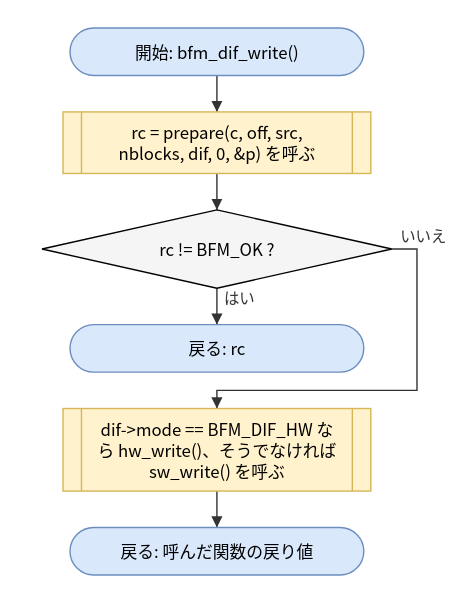
hf355051012-ai/bfmem keeps this draw.io diagram as doc/spec/images/flow_src_bfm_dif-bfm_dif_write.drawio.svg. Above is the earlier version. Source tidied: cells renumbered, new cells last; positions are measured from the earlier drawing's top-left corner, leaving out a move shared by most shapes. Source of this version:
```xml
<mxGraphModel>
  <root>
    <mxCell id="0" />
    <mxCell id="1" parent="0" />
    <mxCell id="2" value="開始: bfm_dif_write()" style="rounded=1;arcSize=50;whiteSpace=wrap;html=1;fillColor=#dae8fc;strokeColor=#6c8ebf;" parent="1" vertex="1">
      <mxGeometry x="20" width="210" height="34" as="geometry" />
    </mxCell>
    <mxCell id="3" value="rc = prepare(c, off, src,&lt;br&gt;nblocks, dif, 0, &amp;amp;p) を呼ぶ" style="shape=process;whiteSpace=wrap;html=1;backgroundOutline=1;size=0.06;fillColor=#fff2cc;strokeColor=#d6b656;" parent="1" vertex="1">
      <mxGeometry x="15" y="60" width="220" height="44" as="geometry" />
    </mxCell>
    <mxCell id="4" value="rc != BFM_OK ?" style="rhombus;whiteSpace=wrap;html=1;fillColor=#f5f5f5;" parent="1" vertex="1">
      <mxGeometry y="130" width="250" height="56" as="geometry" />
    </mxCell>
    <mxCell id="5" value="戻る: rc" style="rounded=1;arcSize=50;whiteSpace=wrap;html=1;fillColor=#dae8fc;strokeColor=#6c8ebf;" parent="1" vertex="1">
      <mxGeometry x="20" y="212" width="210" height="34" as="geometry" />
    </mxCell>
    <mxCell id="6" value="dif-&amp;gt;mode == BFM_DIF_HW な&lt;br&gt;ら hw_write()、そうでなければ&lt;br&gt;sw_write() を呼ぶ" style="shape=process;whiteSpace=wrap;html=1;backgroundOutline=1;size=0.06;fillColor=#fff2cc;strokeColor=#d6b656;" parent="1" vertex="1">
      <mxGeometry x="15" y="272" width="220" height="59" as="geometry" />
    </mxCell>
    <mxCell id="7" value="戻る: 呼んだ関数の戻り値" style="rounded=1;arcSize=50;whiteSpace=wrap;html=1;fillColor=#dae8fc;strokeColor=#6c8ebf;" parent="1" vertex="1">
      <mxGeometry x="20" y="357" width="210" height="34" as="geometry" />
    </mxCell>
    <mxCell id="8" style="edgeStyle=none;html=1;rounded=0;endArrow=block;endFill=1;exitX=0.5000;exitY=1.0000;exitDx=0;exitDy=0;exitPerimeter=0;entryX=0.5000;entryY=0.0000;entryDx=0;entryDy=0;entryPerimeter=0;" parent="1" edge="1" source="2" target="3">
      <mxGeometry relative="1" as="geometry" />
    </mxCell>
    <mxCell id="9" style="edgeStyle=none;html=1;rounded=0;endArrow=block;endFill=1;exitX=0.5000;exitY=1.0000;exitDx=0;exitDy=0;exitPerimeter=0;entryX=0.5000;entryY=0.0000;entryDx=0;entryDy=0;entryPerimeter=0;" parent="1" edge="1" source="3" target="4">
      <mxGeometry relative="1" as="geometry" />
    </mxCell>
    <mxCell id="10" value="はい" style="edgeStyle=none;html=1;rounded=0;endArrow=block;endFill=1;exitX=0.5000;exitY=1.0000;exitDx=0;exitDy=0;exitPerimeter=0;entryX=0.5000;entryY=0.0000;entryDx=0;entryDy=0;entryPerimeter=0;" parent="1" edge="1" source="4" target="5">
      <mxGeometry relative="1" as="geometry" />
    </mxCell>
    <mxCell id="11" value="いいえ" style="edgeStyle=none;html=1;rounded=0;endArrow=block;endFill=1;exitX=1.0000;exitY=0.5000;exitDx=0;exitDy=0;exitPerimeter=0;entryX=0.5000;entryY=0.0000;entryDx=0;entryDy=0;entryPerimeter=0;" parent="1" edge="1" source="4" target="6">
      <mxGeometry relative="1" as="geometry">
        <Array as="points">
          <mxPoint x="268" y="158" />
          <mxPoint x="268" y="259" />
          <mxPoint x="125" y="259" />
        </Array>
      </mxGeometry>
    </mxCell>
    <mxCell id="12" style="edgeStyle=none;html=1;rounded=0;endArrow=block;endFill=1;exitX=0.5000;exitY=1.0000;exitDx=0;exitDy=0;exitPerimeter=0;entryX=0.5000;entryY=0.0000;entryDx=0;entryDy=0;entryPerimeter=0;" parent="1" edge="1" source="6" target="7">
      <mxGeometry relative="1" as="geometry" />
    </mxCell>
  </root>
</mxGraphModel>
```
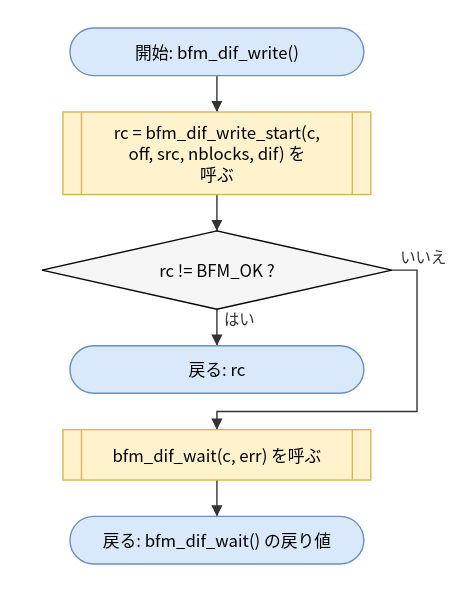
The same file after the commit.

The edit, as a diff of the source:
```diff
@@ -5,20 +5,20 @@
     <mxCell id="2" value="開始: bfm_dif_write()" style="rounded=1;arcSize=50;whiteSpace=wrap;html=1;fillColor=#dae8fc;strokeColor=#6c8ebf;" parent="1" vertex="1">
       <mxGeometry x="20" width="210" height="34" as="geometry" />
     </mxCell>
-    <mxCell id="3" value="rc = prepare(c, off, src,&lt;br&gt;nblocks, dif, 0, &amp;amp;p) を呼ぶ" style="shape=process;whiteSpace=wrap;html=1;backgroundOutline=1;size=0.06;fillColor=#fff2cc;strokeColor=#d6b656;" parent="1" vertex="1">
-      <mxGeometry x="15" y="60" width="220" height="44" as="geometry" />
+    <mxCell id="3" value="rc = bfm_dif_write_start(c,&lt;br&gt;off, src, nblocks, dif) を&lt;br&gt;呼ぶ" style="shape=process;whiteSpace=wrap;html=1;backgroundOutline=1;size=0.06;fillColor=#fff2cc;strokeColor=#d6b656;" parent="1" vertex="1">
+      <mxGeometry x="15" y="60" width="220" height="59" as="geometry" />
     </mxCell>
     <mxCell id="4" value="rc != BFM_OK ?" style="rhombus;whiteSpace=wrap;html=1;fillColor=#f5f5f5;" parent="1" vertex="1">
-      <mxGeometry y="130" width="250" height="56" as="geometry" />
+      <mxGeometry y="145" width="250" height="56" as="geometry" />
     </mxCell>
     <mxCell id="5" value="戻る: rc" style="rounded=1;arcSize=50;whiteSpace=wrap;html=1;fillColor=#dae8fc;strokeColor=#6c8ebf;" parent="1" vertex="1">
-      <mxGeometry x="20" y="212" width="210" height="34" as="geometry" />
+      <mxGeometry x="20" y="227" width="210" height="34" as="geometry" />
     </mxCell>
-    <mxCell id="6" value="dif-&amp;gt;mode == BFM_DIF_HW な&lt;br&gt;ら hw_write()、そうでなければ&lt;br&gt;sw_write() を呼ぶ" style="shape=process;whiteSpace=wrap;html=1;backgroundOutline=1;size=0.06;fillColor=#fff2cc;strokeColor=#d6b656;" parent="1" vertex="1">
-      <mxGeometry x="15" y="272" width="220" height="59" as="geometry" />
+    <mxCell id="6" value="bfm_dif_wait(c, err) を呼ぶ" style="shape=process;whiteSpace=wrap;html=1;backgroundOutline=1;size=0.06;fillColor=#fff2cc;strokeColor=#d6b656;" parent="1" vertex="1">
+      <mxGeometry x="15" y="287" width="220" height="36" as="geometry" />
     </mxCell>
-    <mxCell id="7" value="戻る: 呼んだ関数の戻り値" style="rounded=1;arcSize=50;whiteSpace=wrap;html=1;fillColor=#dae8fc;strokeColor=#6c8ebf;" parent="1" vertex="1">
-      <mxGeometry x="20" y="357" width="210" height="34" as="geometry" />
+    <mxCell id="7" value="戻る: bfm_dif_wait() の戻り値" style="rounded=1;arcSize=50;whiteSpace=wrap;html=1;fillColor=#dae8fc;strokeColor=#6c8ebf;" parent="1" vertex="1">
+      <mxGeometry x="20" y="349" width="210" height="34" as="geometry" />
     </mxCell>
     <mxCell id="8" style="edgeStyle=none;html=1;rounded=0;endArrow=block;endFill=1;exitX=0.5000;exitY=1.0000;exitDx=0;exitDy=0;exitPerimeter=0;entryX=0.5000;entryY=0.0000;entryDx=0;entryDy=0;entryPerimeter=0;" parent="1" edge="1" source="2" target="3">
       <mxGeometry relative="1" as="geometry" />
@@ -32,9 +32,9 @@
     <mxCell id="11" value="いいえ" style="edgeStyle=none;html=1;rounded=0;endArrow=block;endFill=1;exitX=1.0000;exitY=0.5000;exitDx=0;exitDy=0;exitPerimeter=0;entryX=0.5000;entryY=0.0000;entryDx=0;entryDy=0;entryPerimeter=0;" parent="1" edge="1" source="4" target="6">
       <mxGeometry relative="1" as="geometry">
         <Array as="points">
-          <mxPoint x="268" y="158" />
-          <mxPoint x="268" y="259" />
-          <mxPoint x="125" y="259" />
+          <mxPoint x="268" y="173" />
+          <mxPoint x="268" y="274" />
+          <mxPoint x="125" y="274" />
         </Array>
       </mxGeometry>
     </mxCell>
```
